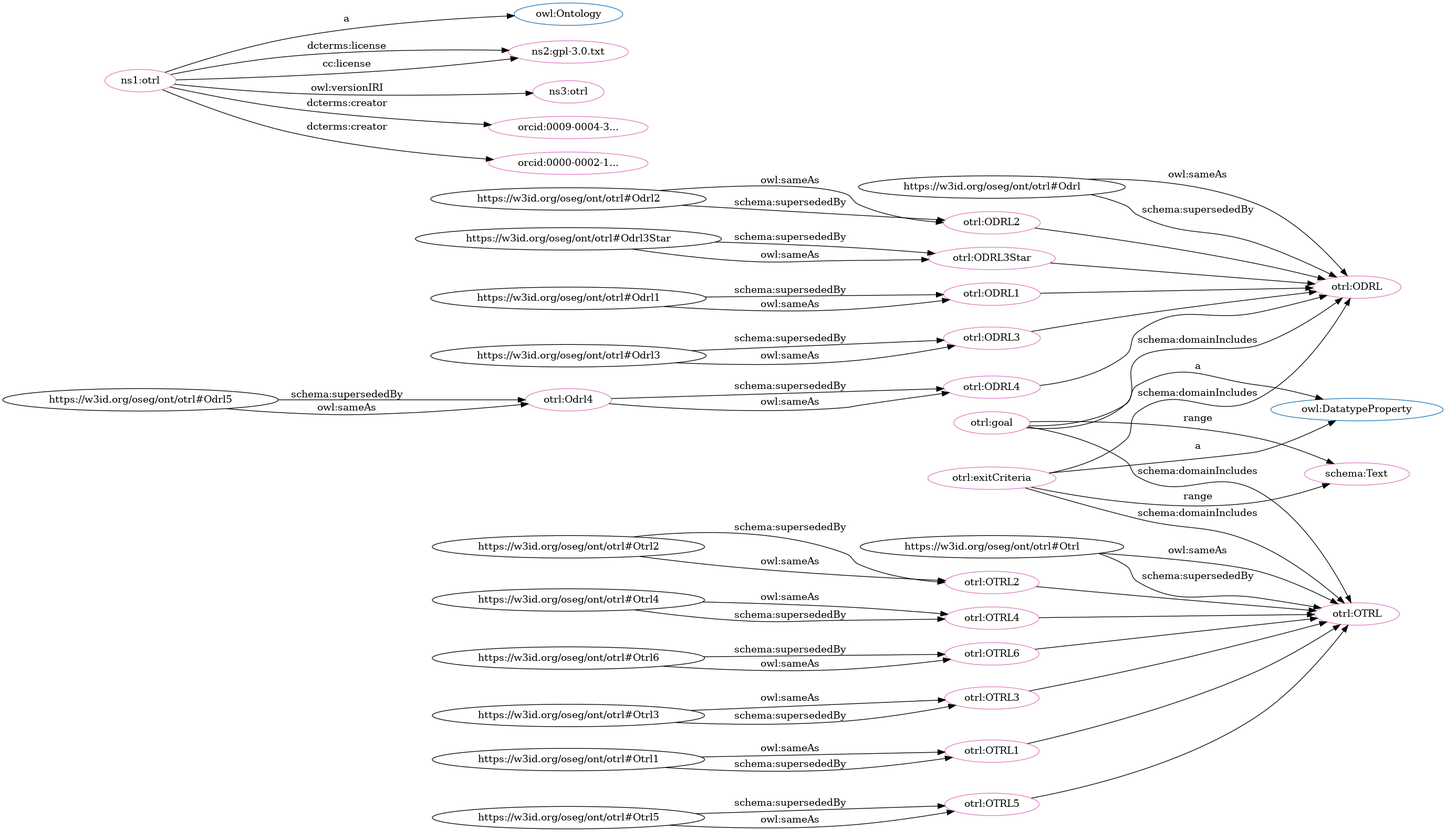
This is dot_OTRL.png from OPEN-NEXT/OKH-LOSH, a Graphviz export, as it was before one commit. Its source is kept beside it as dot_OTRL.dot.
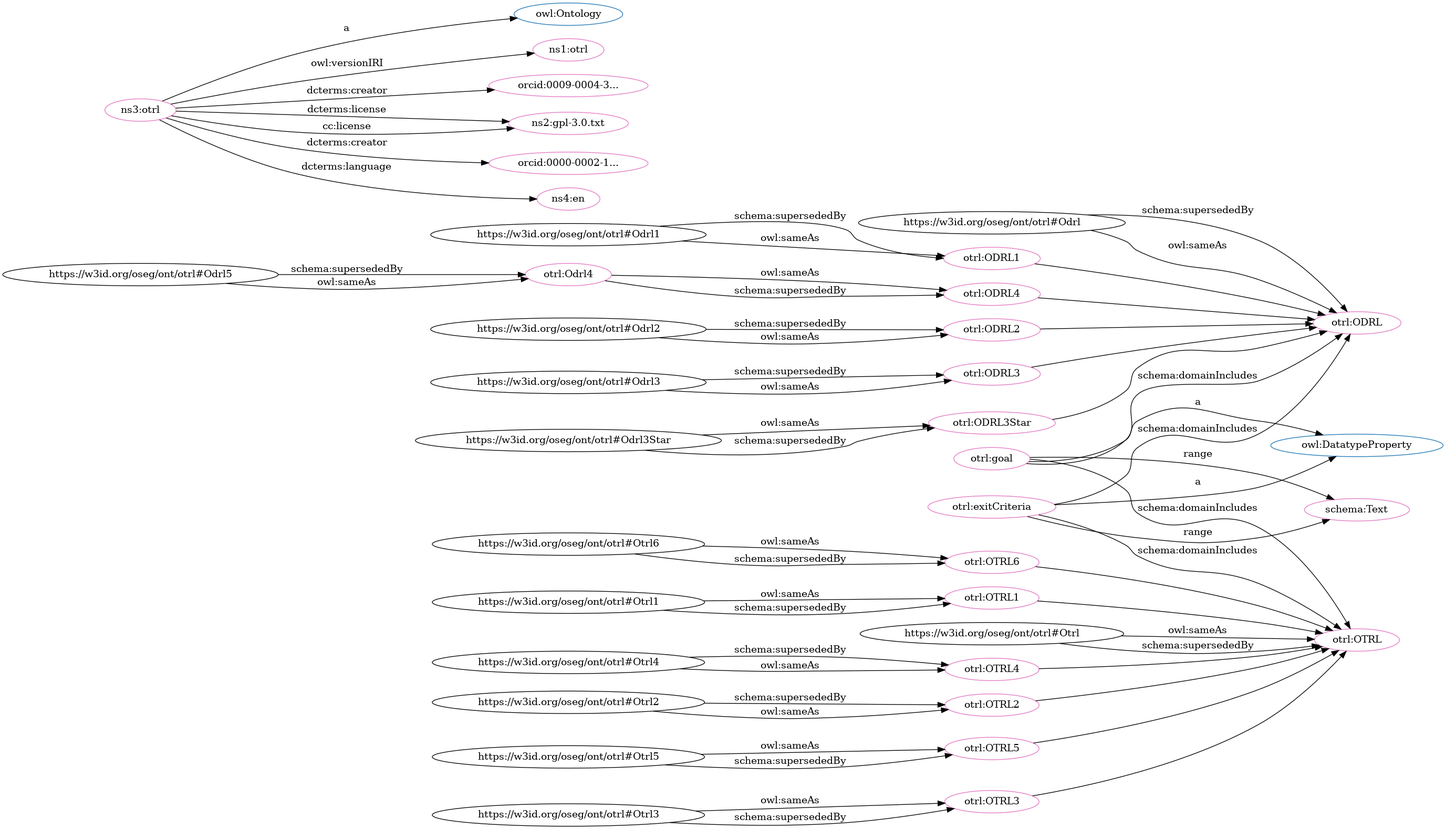
The same diagram one commit later.

Change to the diagram source:
```diff
@@ -1,94 +1,96 @@
 digraph G {
   rankdir=BT
   node[height=.3]
+"https://w3id.org/oseg/ont/otrl#ODRL1" [fillcolor="#1f77b4" color="#1f77b4" label="otrl:ODRL1"]
+"https://w3id.org/oseg/ont/otrl#OTRL6" [fillcolor="#1f77b4" color="#1f77b4" label="otrl:OTRL6"]
+"https://w3id.org/oseg/ont/otrl#OTRL1" [fillcolor="#1f77b4" color="#1f77b4" label="otrl:OTRL1"]
+"https://w3id.org/oseg/ont/otrl#ODRL4" [fillcolor="#1f77b4" color="#1f77b4" label="otrl:ODRL4"]
 "https://w3id.org/oseg/ont/otrl#ODRL2" [fillcolor="#1f77b4" color="#1f77b4" label="otrl:ODRL2"]
+"http://www.w3.org/2002/07/owl#DatatypeProperty" [fillcolor="#1f77b4" color="#1f77b4" label="owl:DatatypeProperty"]
+"https://w3id.org/oseg/ont/otrl#ODRL" [fillcolor="#1f77b4" color="#1f77b4" label="otrl:ODRL"]
+"https://w3id.org/oseg/ont/otrl#OTRL4" [fillcolor="#1f77b4" color="#1f77b4" label="otrl:OTRL4"]
+"https://w3id.org/oseg/ont/otrl#OTRL2" [fillcolor="#1f77b4" color="#1f77b4" label="otrl:OTRL2"]
+"http://www.w3.org/2002/07/owl#Ontology" [fillcolor="#1f77b4" color="#1f77b4" label="owl:Ontology"]
+"https://w3id.org/oseg/ont/otrl#OTRL5" [fillcolor="#1f77b4" color="#1f77b4" label="otrl:OTRL5"]
+"https://w3id.org/oseg/ont/otrl#ODRL3" [fillcolor="#1f77b4" color="#1f77b4" label="otrl:ODRL3"]
 "https://w3id.org/oseg/ont/otrl#ODRL3Star" [fillcolor="#1f77b4" color="#1f77b4" label="otrl:ODRL3Star"]
-"https://w3id.org/oseg/ont/otrl#OTRL1" [fillcolor="#1f77b4" color="#1f77b4" label="otrl:OTRL1"]
-"https://w3id.org/oseg/ont/otrl#OTRL2" [fillcolor="#1f77b4" color="#1f77b4" label="otrl:OTRL2"]
+"https://w3id.org/oseg/ont/otrl#OTRL3" [fillcolor="#1f77b4" color="#1f77b4" label="otrl:OTRL3"]
 "https://w3id.org/oseg/ont/otrl#OTRL" [fillcolor="#1f77b4" color="#1f77b4" label="otrl:OTRL"]
-"https://w3id.org/oseg/ont/otrl#ODRL1" [fillcolor="#1f77b4" color="#1f77b4" label="otrl:ODRL1"]
-"https://w3id.org/oseg/ont/otrl#ODRL3" [fillcolor="#1f77b4" color="#1f77b4" label="otrl:ODRL3"]
-"https://w3id.org/oseg/ont/otrl#OTRL4" [fillcolor="#1f77b4" color="#1f77b4" label="otrl:OTRL4"]
-"https://w3id.org/oseg/ont/otrl#ODRL4" [fillcolor="#1f77b4" color="#1f77b4" label="otrl:ODRL4"]
-"https://w3id.org/oseg/ont/otrl#ODRL" [fillcolor="#1f77b4" color="#1f77b4" label="otrl:ODRL"]
-"https://w3id.org/oseg/ont/otrl#OTRL6" [fillcolor="#1f77b4" color="#1f77b4" label="otrl:OTRL6"]
-"https://w3id.org/oseg/ont/otrl#OTRL3" [fillcolor="#1f77b4" color="#1f77b4" label="otrl:OTRL3"]
-"https://w3id.org/oseg/ont/otrl#OTRL5" [fillcolor="#1f77b4" color="#1f77b4" label="otrl:OTRL5"]
-"http://www.w3.org/2002/07/owl#DatatypeProperty" [fillcolor="#1f77b4" color="#1f77b4" label="owl:DatatypeProperty"]
-"http://www.w3.org/2002/07/owl#Ontology" [fillcolor="#1f77b4" color="#1f77b4" label="owl:Ontology"]
-"https://w3id.org/oseg/ont/otrl#OTRL5" [fillcolor="#e377c2" color="#e377c2" label="otrl:OTRL5"]
+"https://w3id.org/oseg/ont/otrl#ODRL2" [fillcolor="#e377c2" color="#e377c2" label="otrl:ODRL2"]
 "https://w3id.org/oseg/ont/otrl#ODRL" [fillcolor="#e377c2" color="#e377c2" label="otrl:ODRL"]
 "https://w3id.org/oseg/ont/otrl#OTRL" [fillcolor="#e377c2" color="#e377c2" label="otrl:OTRL"]
+"https://w3id.org/oseg/ont/otrl#goal" [fillcolor="#e377c2" color="#e377c2" label="otrl:goal"]
+"https://w3id.org/oseg/ont/otrl#exitCriteria" [fillcolor="#e377c2" color="#e377c2" label="otrl:exitCriteria"]
+"https://w3id.org/oseg/ont/otrl#OTRL4" [fillcolor="#e377c2" color="#e377c2" label="otrl:OTRL4"]
+"https://w3id.org/oseg/ont/1.1.0/otrl" [fillcolor="#e377c2" color="#e377c2" label="ns1:otrl"]
+"http://schema.org/Text" [fillcolor="#e377c2" color="#e377c2" label="schema:Text"]
+"https://orcid.org/0009-0004-3559-6542" [fillcolor="#e377c2" color="#e377c2" label="orcid:0009-0004-3..."]
+"https://w3id.org/oseg/ont/otrl#OTRL5" [fillcolor="#e377c2" color="#e377c2" label="otrl:OTRL5"]
+"https://www.gnu.org/licenses/gpl-3.0.txt" [fillcolor="#e377c2" color="#e377c2" label="ns2:gpl-3.0.txt"]
+"https://w3id.org/oseg/ont/otrl" [fillcolor="#e377c2" color="#e377c2" label="ns3:otrl"]
+"https://w3id.org/oseg/ont/otrl#ODRL3Star" [fillcolor="#e377c2" color="#e377c2" label="otrl:ODRL3Star"]
+"https://w3id.org/oseg/ont/otrl#OTRL1" [fillcolor="#e377c2" color="#e377c2" label="otrl:OTRL1"]
 "https://w3id.org/oseg/ont/otrl#ODRL4" [fillcolor="#e377c2" color="#e377c2" label="otrl:ODRL4"]
+"https://w3id.org/oseg/ont/otrl#OTRL2" [fillcolor="#e377c2" color="#e377c2" label="otrl:OTRL2"]
+"https://w3id.org/oseg/ont/otrl#OTRL6" [fillcolor="#e377c2" color="#e377c2" label="otrl:OTRL6"]
 "https://w3id.org/oseg/ont/otrl#ODRL3" [fillcolor="#e377c2" color="#e377c2" label="otrl:ODRL3"]
-"https://w3id.org/oseg/ont/otrl" [fillcolor="#e377c2" color="#e377c2" label="ns1:otrl"]
-"https://w3id.org/oseg/ont/otrl#ODRL2" [fillcolor="#e377c2" color="#e377c2" label="otrl:ODRL2"]
-"https://w3id.org/oseg/ont/otrl#OTRL2" [fillcolor="#e377c2" color="#e377c2" label="otrl:OTRL2"]
-"https://w3id.org/oseg/ont/otrl#OTRL1" [fillcolor="#e377c2" color="#e377c2" label="otrl:OTRL1"]
 "https://w3id.org/oseg/ont/otrl#OTRL3" [fillcolor="#e377c2" color="#e377c2" label="otrl:OTRL3"]
-"https://w3id.org/oseg/ont/otrl#OTRL4" [fillcolor="#e377c2" color="#e377c2" label="otrl:OTRL4"]
-"https://w3id.org/oseg/ont/otrl#ODRL3Star" [fillcolor="#e377c2" color="#e377c2" label="otrl:ODRL3Star"]
-"http://schema.org/Text" [fillcolor="#e377c2" color="#e377c2" label="schema:Text"]
-"https://w3id.org/oseg/ont/otrl#goal" [fillcolor="#e377c2" color="#e377c2" label="otrl:goal"]
-"https://www.gnu.org/licenses/gpl-3.0.txt" [fillcolor="#e377c2" color="#e377c2" label="ns2:gpl-3.0.txt"]
-"https://w3id.org/oseg/ont/1.1.0/otrl" [fillcolor="#e377c2" color="#e377c2" label="ns3:otrl"]
+"https://orcid.org/0000-0002-1611-7129" [fillcolor="#e377c2" color="#e377c2" label="orcid:0000-0002-1..."]
+"https://w3id.org/oseg/ont/otrl#Odrl4" [fillcolor="#e377c2" color="#e377c2" label="otrl:Odrl4"]
 "https://w3id.org/oseg/ont/otrl#ODRL1" [fillcolor="#e377c2" color="#e377c2" label="otrl:ODRL1"]
-"https://w3id.org/oseg/ont/otrl#OTRL6" [fillcolor="#e377c2" color="#e377c2" label="otrl:OTRL6"]
-"https://orcid.org/0009-0004-3559-6542" [fillcolor="#e377c2" color="#e377c2" label="orcid:0009-0004-3..."]
-"https://w3id.org/oseg/ont/otrl#Odrl4" [fillcolor="#e377c2" color="#e377c2" label="otrl:Odrl4"]
-"https://w3id.org/oseg/ont/otrl#exitCriteria" [fillcolor="#e377c2" color="#e377c2" label="otrl:exitCriteria"]
-"https://orcid.org/0000-0002-1611-7129" [fillcolor="#e377c2" color="#e377c2" label="orcid:0000-0002-1..."]
+"http://id.loc.gov/vocabulary/iso639-1/en" [fillcolor="#e377c2" color="#e377c2" label="ns4:en"]
+  "https://w3id.org/oseg/ont/otrl#Odrl2" -> "https://w3id.org/oseg/ont/otrl#ODRL2" [label="schema:supersededBy"]
+  "https://w3id.org/oseg/ont/otrl#ODRL4" -> "https://w3id.org/oseg/ont/otrl#ODRL" [label=""]
+  "https://w3id.org/oseg/ont/otrl#OTRL2" -> "https://w3id.org/oseg/ont/otrl#OTRL" [label=""]
+  "https://w3id.org/oseg/ont/otrl#OTRL4" -> "https://w3id.org/oseg/ont/otrl#OTRL" [label=""]
+  "https://w3id.org/oseg/ont/otrl#ODRL2" -> "https://w3id.org/oseg/ont/otrl#ODRL" [label=""]
+  "https://w3id.org/oseg/ont/otrl#goal" -> "http://www.w3.org/2002/07/owl#DatatypeProperty" [label="a"]
+  "https://w3id.org/oseg/ont/otrl#goal" -> "https://w3id.org/oseg/ont/otrl#OTRL" [label="schema:domainIncludes"]
+  "https://w3id.org/oseg/ont/otrl#exitCriteria" -> "http://www.w3.org/2002/07/owl#DatatypeProperty" [label="a"]
+  "https://w3id.org/oseg/ont/otrl#Otrl4" -> "https://w3id.org/oseg/ont/otrl#OTRL4" [label="schema:supersededBy"]
+  "https://w3id.org/oseg/ont/otrl#Odrl" -> "https://w3id.org/oseg/ont/otrl#ODRL" [label="owl:sameAs"]
+  "https://w3id.org/oseg/ont/otrl#Otrl4" -> "https://w3id.org/oseg/ont/otrl#OTRL4" [label="owl:sameAs"]
+  "https://w3id.org/oseg/ont/otrl" -> "https://w3id.org/oseg/ont/1.1.0/otrl" [label="owl:versionIRI"]
+  "https://w3id.org/oseg/ont/otrl#exitCriteria" -> "http://schema.org/Text" [label="range"]
+  "https://w3id.org/oseg/ont/otrl" -> "https://orcid.org/0009-0004-3559-6542" [label="dcterms:creator"]
+  "https://w3id.org/oseg/ont/otrl#Otrl5" -> "https://w3id.org/oseg/ont/otrl#OTRL5" [label="owl:sameAs"]
   "https://w3id.org/oseg/ont/otrl#Otrl5" -> "https://w3id.org/oseg/ont/otrl#OTRL5" [label="schema:supersededBy"]
-  "https://w3id.org/oseg/ont/otrl#ODRL2" -> "https://w3id.org/oseg/ont/otrl#ODRL" [label=""]
+  "https://w3id.org/oseg/ont/otrl" -> "https://www.gnu.org/licenses/gpl-3.0.txt" [label="dcterms:license"]
+  "https://w3id.org/oseg/ont/otrl" -> "http://www.w3.org/2002/07/owl#Ontology" [label="a"]
+  "https://w3id.org/oseg/ont/otrl#Odrl3Star" -> "https://w3id.org/oseg/ont/otrl#ODRL3Star" [label="owl:sameAs"]
+  "https://w3id.org/oseg/ont/otrl#Odrl3Star" -> "https://w3id.org/oseg/ont/otrl#ODRL3Star" [label="schema:supersededBy"]
+  "https://w3id.org/oseg/ont/otrl#OTRL3" -> "https://w3id.org/oseg/ont/otrl#OTRL" [label=""]
+  "https://w3id.org/oseg/ont/otrl#goal" -> "https://w3id.org/oseg/ont/otrl#ODRL" [label="schema:domainIncludes"]
+  "https://w3id.org/oseg/ont/otrl#Otrl1" -> "https://w3id.org/oseg/ont/otrl#OTRL1" [label="owl:sameAs"]
+  "https://w3id.org/oseg/ont/otrl#ODRL1" -> "https://w3id.org/oseg/ont/otrl#ODRL" [label=""]
+  "https://w3id.org/oseg/ont/otrl#Odrl4" -> "https://w3id.org/oseg/ont/otrl#ODRL4" [label="owl:sameAs"]
+  "https://w3id.org/oseg/ont/otrl#Odrl" -> "https://w3id.org/oseg/ont/otrl#ODRL" [label="schema:supersededBy"]
+  "https://w3id.org/oseg/ont/otrl#Otrl2" -> "https://w3id.org/oseg/ont/otrl#OTRL2" [label="schema:supersededBy"]
+  "https://w3id.org/oseg/ont/otrl#Otrl2" -> "https://w3id.org/oseg/ont/otrl#OTRL2" [label="owl:sameAs"]
+  "https://w3id.org/oseg/ont/otrl#Otrl6" -> "https://w3id.org/oseg/ont/otrl#OTRL6" [label="owl:sameAs"]
+  "https://w3id.org/oseg/ont/otrl#Odrl3" -> "https://w3id.org/oseg/ont/otrl#ODRL3" [label="schema:supersededBy"]
+  "https://w3id.org/oseg/ont/otrl#Otrl6" -> "https://w3id.org/oseg/ont/otrl#OTRL6" [label="schema:supersededBy"]
+  "https://w3id.org/oseg/ont/otrl#Odrl3" -> "https://w3id.org/oseg/ont/otrl#ODRL3" [label="owl:sameAs"]
+  "https://w3id.org/oseg/ont/otrl#Otrl3" -> "https://w3id.org/oseg/ont/otrl#OTRL3" [label="owl:sameAs"]
+  "https://w3id.org/oseg/ont/otrl" -> "https://orcid.org/0000-0002-1611-7129" [label="dcterms:creator"]
+  "https://w3id.org/oseg/ont/otrl#OTRL5" -> "https://w3id.org/oseg/ont/otrl#OTRL" [label=""]
+  "https://w3id.org/oseg/ont/otrl#Odrl5" -> "https://w3id.org/oseg/ont/otrl#Odrl4" [label="schema:supersededBy"]
+  "https://w3id.org/oseg/ont/otrl#OTRL6" -> "https://w3id.org/oseg/ont/otrl#OTRL" [label=""]
+  "https://w3id.org/oseg/ont/otrl#Odrl1" -> "https://w3id.org/oseg/ont/otrl#ODRL1" [label="schema:supersededBy"]
+  "https://w3id.org/oseg/ont/otrl" -> "http://id.loc.gov/vocabulary/iso639-1/en" [label="dcterms:language"]
+  "https://w3id.org/oseg/ont/otrl#Odrl5" -> "https://w3id.org/oseg/ont/otrl#Odrl4" [label="owl:sameAs"]
+  "https://w3id.org/oseg/ont/otrl#Otrl1" -> "https://w3id.org/oseg/ont/otrl#OTRL1" [label="schema:supersededBy"]
+  "https://w3id.org/oseg/ont/otrl#ODRL3" -> "https://w3id.org/oseg/ont/otrl#ODRL" [label=""]
+  "https://w3id.org/oseg/ont/otrl#Odrl2" -> "https://w3id.org/oseg/ont/otrl#ODRL2" [label="owl:sameAs"]
   "https://w3id.org/oseg/ont/otrl#exitCriteria" -> "https://w3id.org/oseg/ont/otrl#OTRL" [label="schema:domainIncludes"]
-  "https://w3id.org/oseg/ont/otrl#goal" -> "https://w3id.org/oseg/ont/otrl#OTRL" [label="schema:domainIncludes"]
-  "https://w3id.org/oseg/ont/otrl" -> "https://www.gnu.org/licenses/gpl-3.0.txt" [label="dcterms:license"]
+  "https://w3id.org/oseg/ont/otrl#goal" -> "http://schema.org/Text" [label="range"]
+  "https://w3id.org/oseg/ont/otrl#Otrl" -> "https://w3id.org/oseg/ont/otrl#OTRL" [label="owl:sameAs"]
+  "https://w3id.org/oseg/ont/otrl#Otrl" -> "https://w3id.org/oseg/ont/otrl#OTRL" [label="schema:supersededBy"]
   "https://w3id.org/oseg/ont/otrl#Odrl4" -> "https://w3id.org/oseg/ont/otrl#ODRL4" [label="schema:supersededBy"]
   "https://w3id.org/oseg/ont/otrl#ODRL3Star" -> "https://w3id.org/oseg/ont/otrl#ODRL" [label=""]
-  "https://w3id.org/oseg/ont/otrl#Odrl3" -> "https://w3id.org/oseg/ont/otrl#ODRL3" [label="schema:supersededBy"]
-  "https://w3id.org/oseg/ont/otrl" -> "http://www.w3.org/2002/07/owl#Ontology" [label="a"]
-  "https://w3id.org/oseg/ont/otrl#Odrl2" -> "https://w3id.org/oseg/ont/otrl#ODRL2" [label="owl:sameAs"]
-  "https://w3id.org/oseg/ont/otrl#OTRL5" -> "https://w3id.org/oseg/ont/otrl#OTRL" [label=""]
-  "https://w3id.org/oseg/ont/otrl#OTRL3" -> "https://w3id.org/oseg/ont/otrl#OTRL" [label=""]
-  "https://w3id.org/oseg/ont/otrl#Otrl2" -> "https://w3id.org/oseg/ont/otrl#OTRL2" [label="schema:supersededBy"]
-  "https://w3id.org/oseg/ont/otrl#ODRL3" -> "https://w3id.org/oseg/ont/otrl#ODRL" [label=""]
+  "https://w3id.org/oseg/ont/otrl" -> "https://www.gnu.org/licenses/gpl-3.0.txt" [label="cc:license"]
+  "https://w3id.org/oseg/ont/otrl#Otrl3" -> "https://w3id.org/oseg/ont/otrl#OTRL3" [label="schema:supersededBy"]
   "https://w3id.org/oseg/ont/otrl#OTRL1" -> "https://w3id.org/oseg/ont/otrl#OTRL" [label=""]
-  "https://w3id.org/oseg/ont/otrl#Otrl1" -> "https://w3id.org/oseg/ont/otrl#OTRL1" [label="owl:sameAs"]
-  "https://w3id.org/oseg/ont/otrl#Otrl3" -> "https://w3id.org/oseg/ont/otrl#OTRL3" [label="owl:sameAs"]
-  "https://w3id.org/oseg/ont/otrl#OTRL2" -> "https://w3id.org/oseg/ont/otrl#OTRL" [label=""]
-  "https://w3id.org/oseg/ont/otrl#Odrl4" -> "https://w3id.org/oseg/ont/otrl#ODRL4" [label="owl:sameAs"]
-  "https://w3id.org/oseg/ont/otrl#Otrl4" -> "https://w3id.org/oseg/ont/otrl#OTRL4" [label="owl:sameAs"]
-  "https://w3id.org/oseg/ont/otrl#Odrl3Star" -> "https://w3id.org/oseg/ont/otrl#ODRL3Star" [label="schema:supersededBy"]
-  "https://w3id.org/oseg/ont/otrl#Otrl4" -> "https://w3id.org/oseg/ont/otrl#OTRL4" [label="schema:supersededBy"]
-  "https://w3id.org/oseg/ont/otrl#exitCriteria" -> "http://schema.org/Text" [label="range"]
-  "https://w3id.org/oseg/ont/otrl#Odrl" -> "https://w3id.org/oseg/ont/otrl#ODRL" [label="schema:supersededBy"]
-  "https://w3id.org/oseg/ont/otrl#goal" -> "http://schema.org/Text" [label="range"]
-  "https://w3id.org/oseg/ont/otrl#Otrl3" -> "https://w3id.org/oseg/ont/otrl#OTRL3" [label="schema:supersededBy"]
-  "https://w3id.org/oseg/ont/otrl#goal" -> "http://www.w3.org/2002/07/owl#DatatypeProperty" [label="a"]
-  "https://w3id.org/oseg/ont/otrl#Otrl" -> "https://w3id.org/oseg/ont/otrl#OTRL" [label="schema:supersededBy"]
-  "https://w3id.org/oseg/ont/otrl" -> "https://www.gnu.org/licenses/gpl-3.0.txt" [label="cc:license"]
+  "https://w3id.org/oseg/ont/otrl#Odrl1" -> "https://w3id.org/oseg/ont/otrl#ODRL1" [label="owl:sameAs"]
   "https://w3id.org/oseg/ont/otrl#exitCriteria" -> "https://w3id.org/oseg/ont/otrl#ODRL" [label="schema:domainIncludes"]
-  "https://w3id.org/oseg/ont/otrl" -> "https://w3id.org/oseg/ont/1.1.0/otrl" [label="owl:versionIRI"]
-  "https://w3id.org/oseg/ont/otrl#goal" -> "https://w3id.org/oseg/ont/otrl#ODRL" [label="schema:domainIncludes"]
-  "https://w3id.org/oseg/ont/otrl#Odrl1" -> "https://w3id.org/oseg/ont/otrl#ODRL1" [label="schema:supersededBy"]
-  "https://w3id.org/oseg/ont/otrl#Otrl6" -> "https://w3id.org/oseg/ont/otrl#OTRL6" [label="schema:supersededBy"]
-  "https://w3id.org/oseg/ont/otrl" -> "https://orcid.org/0009-0004-3559-6542" [label="dcterms:creator"]
-  "https://w3id.org/oseg/ont/otrl#Odrl3Star" -> "https://w3id.org/oseg/ont/otrl#ODRL3Star" [label="owl:sameAs"]
-  "https://w3id.org/oseg/ont/otrl#Odrl" -> "https://w3id.org/oseg/ont/otrl#ODRL" [label="owl:sameAs"]
-  "https://w3id.org/oseg/ont/otrl#OTRL4" -> "https://w3id.org/oseg/ont/otrl#OTRL" [label=""]
-  "https://w3id.org/oseg/ont/otrl#ODRL1" -> "https://w3id.org/oseg/ont/otrl#ODRL" [label=""]
-  "https://w3id.org/oseg/ont/otrl#ODRL4" -> "https://w3id.org/oseg/ont/otrl#ODRL" [label=""]
-  "https://w3id.org/oseg/ont/otrl#Odrl5" -> "https://w3id.org/oseg/ont/otrl#Odrl4" [label="schema:supersededBy"]
-  "https://w3id.org/oseg/ont/otrl#Otrl" -> "https://w3id.org/oseg/ont/otrl#OTRL" [label="owl:sameAs"]
-  "https://w3id.org/oseg/ont/otrl#exitCriteria" -> "http://www.w3.org/2002/07/owl#DatatypeProperty" [label="a"]
-  "https://w3id.org/oseg/ont/otrl#Odrl3" -> "https://w3id.org/oseg/ont/otrl#ODRL3" [label="owl:sameAs"]
-  "https://w3id.org/oseg/ont/otrl#Odrl5" -> "https://w3id.org/oseg/ont/otrl#Odrl4" [label="owl:sameAs"]
-  "https://w3id.org/oseg/ont/otrl#Odrl1" -> "https://w3id.org/oseg/ont/otrl#ODRL1" [label="owl:sameAs"]
-  "https://w3id.org/oseg/ont/otrl#Odrl2" -> "https://w3id.org/oseg/ont/otrl#ODRL2" [label="schema:supersededBy"]
-  "https://w3id.org/oseg/ont/otrl#Otrl2" -> "https://w3id.org/oseg/ont/otrl#OTRL2" [label="owl:sameAs"]
-  "https://w3id.org/oseg/ont/otrl" -> "https://orcid.org/0000-0002-1611-7129" [label="dcterms:creator"]
-  "https://w3id.org/oseg/ont/otrl#Otrl6" -> "https://w3id.org/oseg/ont/otrl#OTRL6" [label="owl:sameAs"]
-  "https://w3id.org/oseg/ont/otrl#Otrl5" -> "https://w3id.org/oseg/ont/otrl#OTRL5" [label="owl:sameAs"]
-  "https://w3id.org/oseg/ont/otrl#Otrl1" -> "https://w3id.org/oseg/ont/otrl#OTRL1" [label="schema:supersededBy"]
-  "https://w3id.org/oseg/ont/otrl#OTRL6" -> "https://w3id.org/oseg/ont/otrl#OTRL" [label=""]
 }
```
